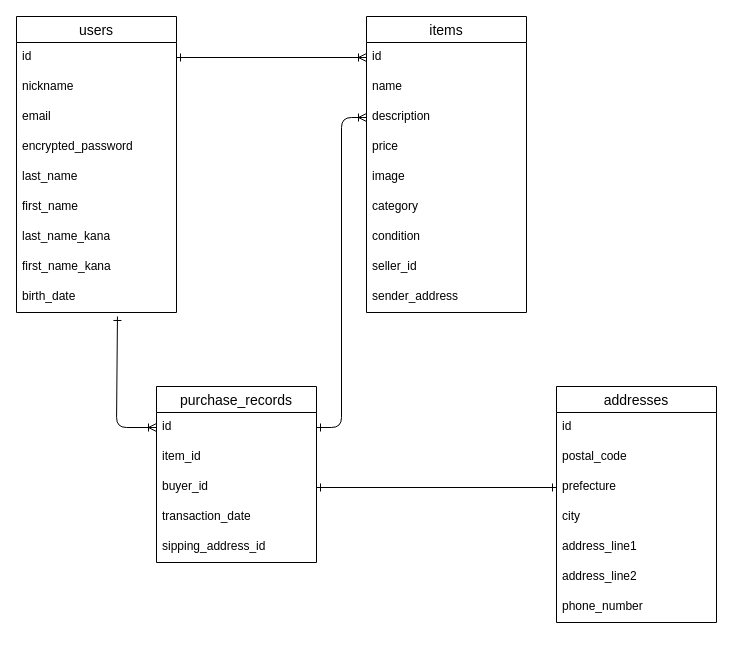
Above: furima-40825.dio in takadogg/furima-40825 (draw.io), before the change. Source tidied: cells renumbered, new cells numbered last; positions are measured from the earlier drawing's top-left corner, leaving out a move shared by most shapes. Both pictures are drawn from the tidied source at 100%, with x=0, y=0 at pixel (16, 16).
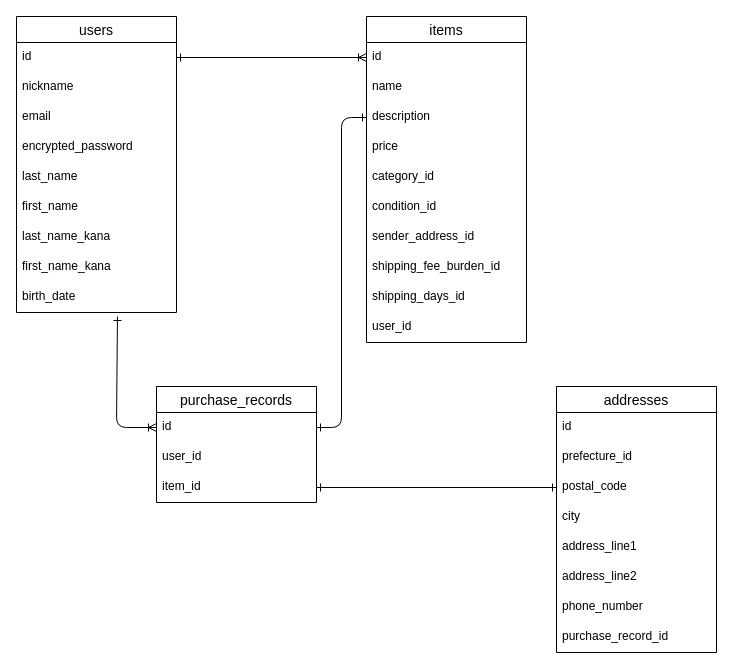
Above is the later version.

Commit message (it also covers changes not shown here):
データベース設計修正

The change refers to these unchanged cells:
```xml
<mxCell id="15" value="description" style="text;strokeColor=none;fillColor=none;spacingLeft=4;spacingRight=4;overflow=hidden;points=[[0,0.5],[1,0.5]];portConstraint=eastwest;fontSize=12;" parent="12" vertex="1">
  <mxGeometry y="86" width="160" height="30" as="geometry" />
</mxCell>
<mxCell id="24" value="id" style="text;strokeColor=none;fillColor=none;spacingLeft=4;spacingRight=4;overflow=hidden;points=[[0,0.5],[1,0.5]];portConstraint=eastwest;fontSize=12;" parent="23" vertex="1">
  <mxGeometry y="26" width="160" height="30" as="geometry" />
</mxCell>
```

The edit, as a diff of the source:
```diff
@@
     <mxCell id="12" value="items" style="swimlane;fontStyle=0;horizontal=1;startSize=26;align=center;fontSize=14;" parent="1" vertex="1">
-      <mxGeometry x="350" width="160" height="296" as="geometry" />
+      <mxGeometry x="350" width="160" height="326" as="geometry" />
     </mxCell>
@@
-    <mxCell id="17" value="image" style="text;strokeColor=none;fillColor=none;spacingLeft=4;spacingRight=4;overflow=hidden;fontSize=12;" parent="12" vertex="1">
-      <mxGeometry y="146" width="160" height="30" as="geometry" />
-    </mxCell>
-    <mxCell id="18" value="category" style="text;strokeColor=none;fillColor=none;spacingLeft=4;spacingRight=4;overflow=hidden;fontSize=12;" parent="12" vertex="1">
-      <mxGeometry y="176" width="160" height="30" as="geometry" />
+    <mxCell id="18" value="category_id" style="text;strokeColor=none;fillColor=none;spacingLeft=4;spacingRight=4;overflow=hidden;fontSize=12;" parent="12" vertex="1">
+      <mxGeometry y="146" width="160" height="30" as="geometry" />
     </mxCell>
-    <mxCell id="19" value="condition" style="text;strokeColor=none;fillColor=none;spacingLeft=4;spacingRight=4;overflow=hidden;fontSize=12;" parent="12" vertex="1">
-      <mxGeometry y="206" width="160" height="30" as="geometry" />
+    <mxCell id="19" value="condition_id" style="text;strokeColor=none;fillColor=none;spacingLeft=4;spacingRight=4;overflow=hidden;fontSize=12;" parent="12" vertex="1">
+      <mxGeometry y="176" width="160" height="30" as="geometry" />
     </mxCell>
-    <mxCell id="20" value="seller_id" style="text;strokeColor=none;fillColor=none;spacingLeft=4;spacingRight=4;overflow=hidden;fontSize=12;" parent="12" vertex="1">
-      <mxGeometry y="236" width="160" height="30" as="geometry" />
-    </mxCell>
-    <mxCell id="21" value="sender_address" style="text;strokeColor=none;fillColor=none;spacingLeft=4;spacingRight=4;overflow=hidden;fontSize=12;" parent="12" vertex="1">
-      <mxGeometry y="266" width="160" height="30" as="geometry" />
+    <mxCell id="21" value="sender_address_id" style="text;strokeColor=none;fillColor=none;spacingLeft=4;spacingRight=4;overflow=hidden;fontSize=12;" parent="12" vertex="1">
+      <mxGeometry y="206" width="160" height="30" as="geometry" />
     </mxCell>
+    <mxCell id="40" value="shipping_fee_burden_id" style="text;strokeColor=none;fillColor=none;spacingLeft=4;spacingRight=4;overflow=hidden;fontSize=12;" parent="12" vertex="1">
+      <mxGeometry y="236" width="160" height="30" as="geometry" />
+    </mxCell>
+    <mxCell id="41" value="shipping_days_id" style="text;strokeColor=none;fillColor=none;spacingLeft=4;spacingRight=4;overflow=hidden;fontSize=12;" parent="12" vertex="1">
+      <mxGeometry y="266" width="160" height="30" as="geometry" />
+    </mxCell>
+    <mxCell id="42" value="user_id" style="text;strokeColor=none;fillColor=none;spacingLeft=4;spacingRight=4;overflow=hidden;fontSize=12;" parent="12" vertex="1">
+      <mxGeometry y="296" width="160" height="30" as="geometry" />
+    </mxCell>
@@
     <mxCell id="23" value="purchase_records" style="swimlane;fontStyle=0;horizontal=1;startSize=26;align=center;fontSize=14;" parent="1" vertex="1">
-      <mxGeometry x="140" y="370" width="160" height="176" as="geometry" />
+      <mxGeometry x="140" y="370" width="160" height="116" as="geometry" />
     </mxCell>
@@
+    <mxCell id="43" value="user_id" style="text;strokeColor=none;fillColor=none;spacingLeft=4;spacingRight=4;overflow=hidden;fontSize=12;" parent="23" vertex="1">
+      <mxGeometry y="56" width="160" height="30" as="geometry" />
+    </mxCell>
     <mxCell id="25" value="item_id" style="text;strokeColor=none;fillColor=none;spacingLeft=4;spacingRight=4;overflow=hidden;points=[[0,0.5],[1,0.5]];portConstraint=eastwest;fontSize=12;" parent="23" vertex="1">
-      <mxGeometry y="56" width="160" height="30" as="geometry" />
+      <mxGeometry y="86" width="160" height="30" as="geometry" />
     </mxCell>
-    <mxCell id="26" value="buyer_id" style="text;strokeColor=none;fillColor=none;spacingLeft=4;spacingRight=4;overflow=hidden;points=[[0,0.5],[1,0.5]];portConstraint=eastwest;fontSize=12;" parent="23" vertex="1">
-      <mxGeometry y="86" width="160" height="30" as="geometry" />
-    </mxCell>
-    <mxCell id="27" value="transaction_date" style="text;strokeColor=none;fillColor=none;spacingLeft=4;spacingRight=4;overflow=hidden;fontSize=12;" parent="23" vertex="1">
-      <mxGeometry y="116" width="160" height="30" as="geometry" />
-    </mxCell>
-    <mxCell id="28" value="sipping_address_id" style="text;strokeColor=none;fillColor=none;spacingLeft=4;spacingRight=4;overflow=hidden;fontSize=12;" parent="23" vertex="1">
-      <mxGeometry y="146" width="160" height="30" as="geometry" />
-    </mxCell>
-    <mxCell id="29" style="edgeStyle=orthogonalEdgeStyle;html=1;exitX=1;exitY=0.5;exitDx=0;exitDy=0;startArrow=ERone;startFill=0;endArrow=ERoneToMany;endFill=0;entryX=0;entryY=0.5;entryDx=0;entryDy=0;" parent="1" edge="1" source="24" target="15">
+    <mxCell id="29" style="edgeStyle=orthogonalEdgeStyle;html=1;exitX=1;exitY=0.5;exitDx=0;exitDy=0;startArrow=ERone;startFill=0;endArrow=ERone;endFill=0;entryX=0;entryY=0.5;entryDx=0;entryDy=0;" parent="1" edge="1" source="24" target="15">
       <mxGeometry relative="1" as="geometry" />
     </mxCell>
     <mxCell id="30" value="addresses" style="swimlane;fontStyle=0;horizontal=1;startSize=26;align=center;fontSize=14;" parent="1" vertex="1">
-      <mxGeometry x="540" y="370" width="160" height="236" as="geometry" />
+      <mxGeometry x="540" y="370" width="160" height="266" as="geometry" />
     </mxCell>
@@
+    <mxCell id="44" value="prefecture_id" style="text;strokeColor=none;fillColor=none;spacingLeft=4;spacingRight=4;overflow=hidden;fontSize=12;" parent="30" vertex="1">
+      <mxGeometry y="56" width="160" height="30" as="geometry" />
+    </mxCell>
     <mxCell id="32" value="postal_code" style="text;strokeColor=none;fillColor=none;spacingLeft=4;spacingRight=4;overflow=hidden;points=[[0,0.5],[1,0.5]];portConstraint=eastwest;fontSize=12;" parent="30" vertex="1">
-      <mxGeometry y="56" width="160" height="30" as="geometry" />
+      <mxGeometry y="86" width="160" height="30" as="geometry" />
     </mxCell>
-    <mxCell id="33" value="prefecture" style="text;strokeColor=none;fillColor=none;spacingLeft=4;spacingRight=4;overflow=hidden;points=[[0,0.5],[1,0.5]];portConstraint=eastwest;fontSize=12;" parent="30" vertex="1">
-      <mxGeometry y="86" width="160" height="30" as="geometry" />
-    </mxCell>
@@
-    <mxCell id="38" style="edgeStyle=orthogonalEdgeStyle;html=1;exitX=1;exitY=0.5;exitDx=0;exitDy=0;startArrow=ERone;startFill=0;endArrow=ERone;endFill=0;entryX=0;entryY=0.5;entryDx=0;entryDy=0;" parent="1" edge="1" source="26" target="33">
-      <mxGeometry relative="1" as="geometry" />
-    </mxCell>
+    <mxCell id="45" value="purchase_record_id" style="text;strokeColor=none;fillColor=none;spacingLeft=4;spacingRight=4;overflow=hidden;fontSize=12;" parent="30" vertex="1">
+      <mxGeometry y="236" width="160" height="30" as="geometry" />
+    </mxCell>
@@
+    <mxCell id="46" style="edgeStyle=none;html=1;exitX=1;exitY=0.5;exitDx=0;exitDy=0;entryX=0;entryY=0.5;entryDx=0;entryDy=0;endArrow=ERone;endFill=0;startArrow=ERone;startFill=0;" parent="1" edge="1" source="25" target="32">
+      <mxGeometry relative="1" as="geometry" />
+    </mxCell>
```
